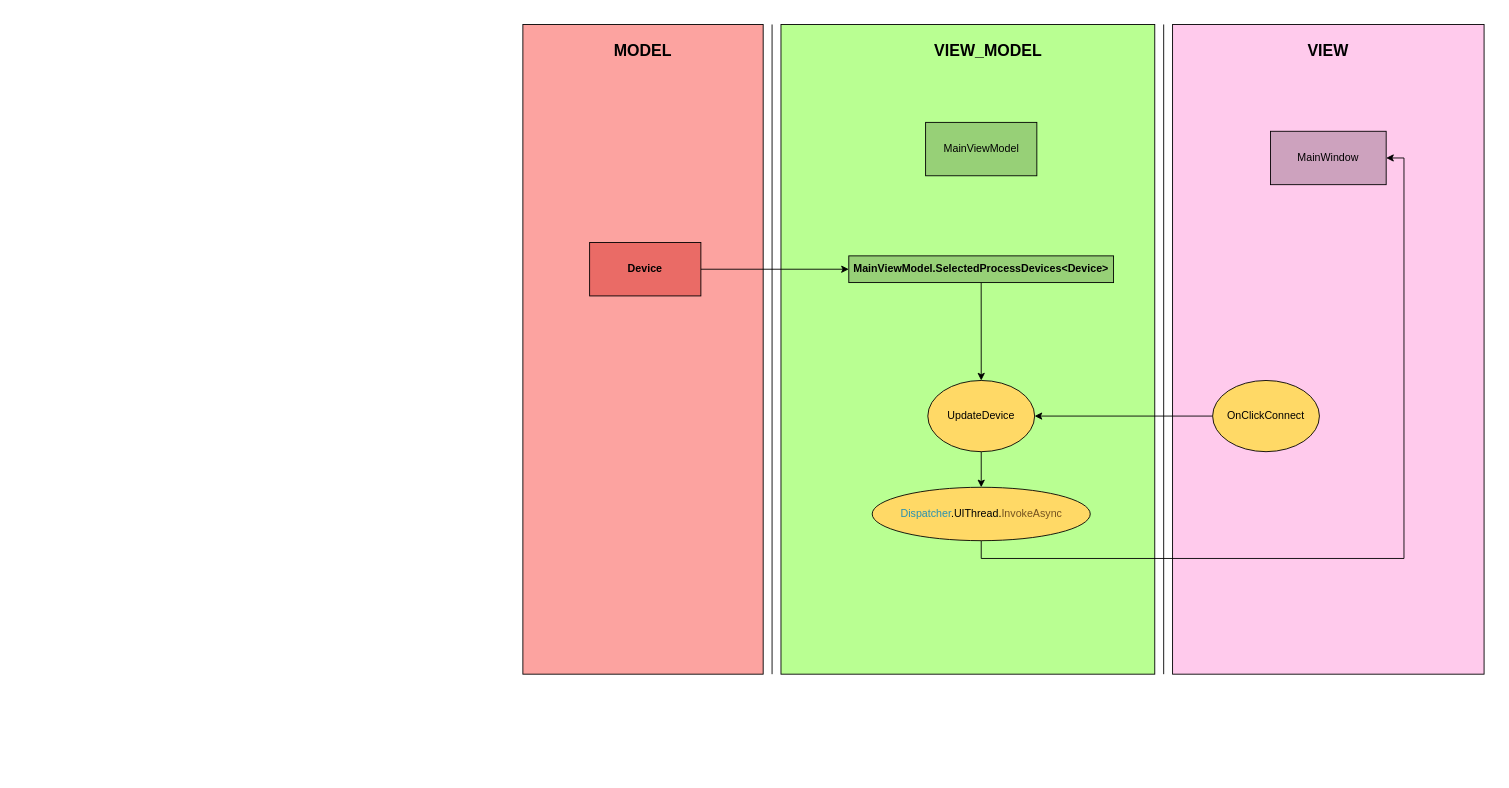
This is page "Logic MindMap" (8 of 8) of MyICSv2.1-LOGIC-GeneralSchema.drawio from reccejack/MyICS_2.1_Working, a draw.io file, before an edit. Source tidied: cells renumbered, new cells numbered last; positions are measured from the earlier drawing's top-left corner, leaving out a move shared by most shapes. Both pictures are drawn from the tidied source at 89%, with x=0, y=0 at pixel (487, 24).
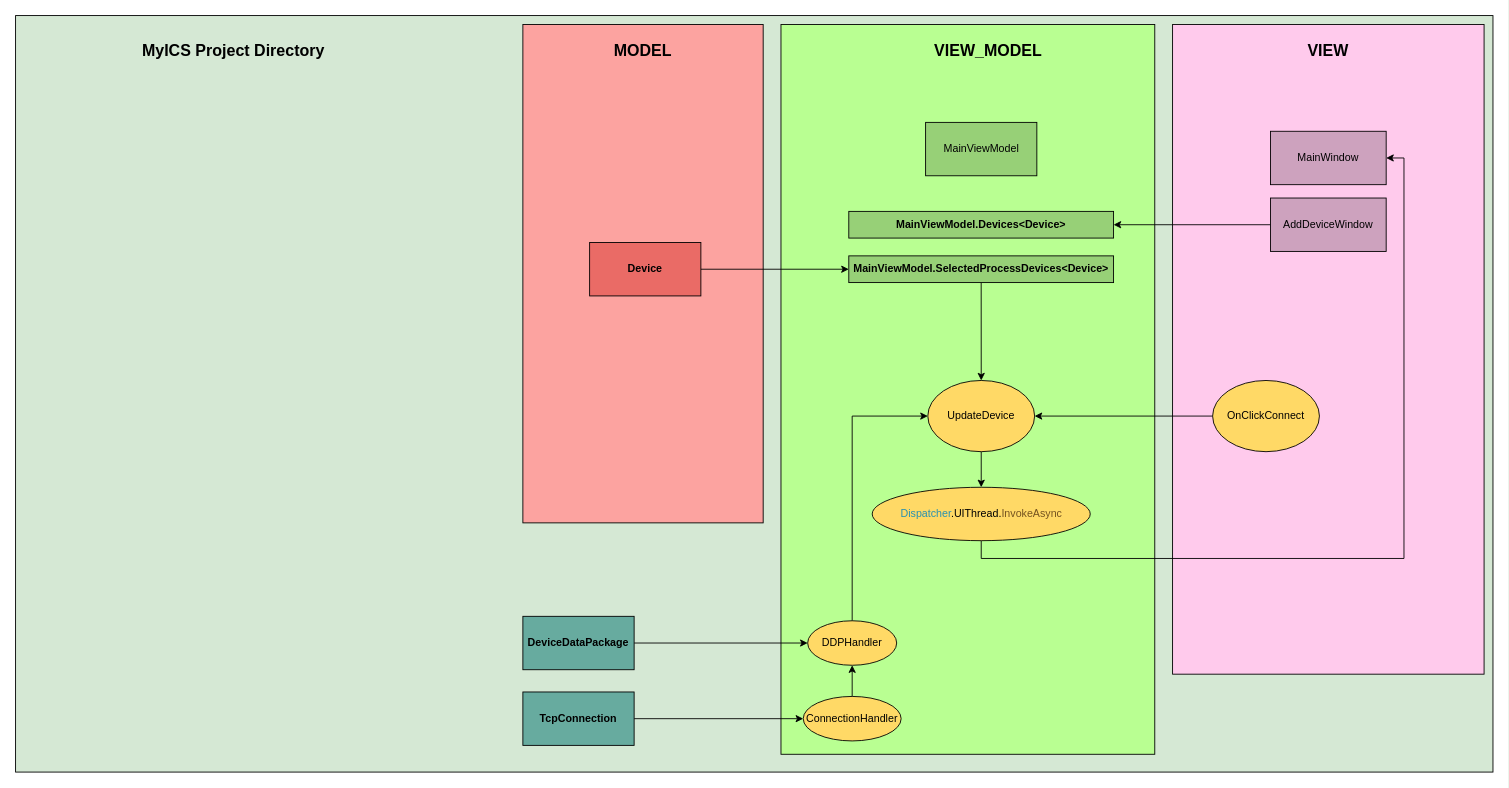
The same diagram, later.

Commit message (it also covers changes not shown here):
Working on ConnectionHandler, DeviceDataPackage, and DeviceDataPackageHandler functionality.

Unchanged cells that the change refers to:
```xml
<mxCell id="11" value="UpdateDevice" style="ellipse;whiteSpace=wrap;html=1;fillColor=#FFD966;" parent="1" vertex="1">
  <mxGeometry x="495" y="400" width="120" height="80" as="geometry" />
</mxCell>
```

Diff of the diagram source:
```diff
@@
+    <mxCell id="23" style="rounded=0;whiteSpace=wrap;html=1;fillColor=#D5E8D4;" parent="1" vertex="1">
+      <mxGeometry x="-530" y="-10" width="1660" height="850" as="geometry" />
+    </mxCell>
     <mxCell id="2" style="rounded=0;whiteSpace=wrap;html=1;fillColor=#FCA3A0;" parent="1" vertex="1">
-      <mxGeometry x="40" width="270" height="730" as="geometry" />
+      <mxGeometry x="40" width="270" height="560" as="geometry" />
     </mxCell>
     <mxCell id="3" style="rounded=0;whiteSpace=wrap;html=1;fillColor=#B9FF92;" parent="1" vertex="1">
-      <mxGeometry x="330" width="420" height="730" as="geometry" />
+      <mxGeometry x="330" width="420" height="820" as="geometry" />
     </mxCell>
@@
-    <mxCell id="16" style="endArrow=none;html=1;" parent="1" edge="1">
-      <mxGeometry relative="1" as="geometry">
-        <mxPoint x="760" y="730" as="sourcePoint" />
-        <mxPoint x="760" as="targetPoint" />
-      </mxGeometry>
-    </mxCell>
-    <mxCell id="17" style="endArrow=none;html=1;" parent="1" edge="1">
-      <mxGeometry relative="1" as="geometry">
-        <mxPoint x="320" y="730" as="sourcePoint" />
-        <mxPoint x="320" as="targetPoint" />
-      </mxGeometry>
-    </mxCell>
@@
+    <mxCell id="24" value="&lt;b&gt;&lt;font style=&quot;font-size: 18px&quot;&gt;MyICS Project Directory&lt;/font&gt;&lt;/b&gt;" style="text;html=1;strokeColor=none;fillColor=none;align=center;verticalAlign=middle;whiteSpace=wrap;rounded=0;" parent="1" vertex="1">
+      <mxGeometry x="-400" y="10" width="230" height="40" as="geometry" />
+    </mxCell>
+    <mxCell id="25" style="edgeStyle=orthogonalEdgeStyle;rounded=0;jettySize=auto;html=1;exitX=1;exitY=0.5;exitDx=0;exitDy=0;entryX=0;entryY=0.5;entryDx=0;entryDy=0;" parent="1" edge="1" source="26" target="32">
+      <mxGeometry relative="1" as="geometry" />
+    </mxCell>
+    <mxCell id="26" value="&lt;b&gt;TcpConnection&lt;/b&gt;" style="rounded=0;whiteSpace=wrap;html=1;fillColor=#67AB9F;" parent="1" vertex="1">
+      <mxGeometry x="40" y="750" width="125" height="60" as="geometry" />
+    </mxCell>
+    <mxCell id="27" style="edgeStyle=orthogonalEdgeStyle;rounded=0;jettySize=auto;html=1;exitX=1;exitY=0.5;exitDx=0;exitDy=0;" parent="1" edge="1" source="28" target="30">
+      <mxGeometry relative="1" as="geometry" />
+    </mxCell>
+    <mxCell id="28" value="&lt;b&gt;DeviceDataPackage&lt;/b&gt;" style="rounded=0;whiteSpace=wrap;html=1;fillColor=#67AB9F;" parent="1" vertex="1">
+      <mxGeometry x="40" y="665" width="125" height="60" as="geometry" />
+    </mxCell>
+    <mxCell id="29" style="edgeStyle=orthogonalEdgeStyle;rounded=0;jettySize=auto;html=1;exitX=0.5;exitY=0;exitDx=0;exitDy=0;entryX=0;entryY=0.5;entryDx=0;entryDy=0;" parent="1" edge="1" source="30" target="11">
+      <mxGeometry relative="1" as="geometry" />
+    </mxCell>
+    <mxCell id="30" value="DDPHandler" style="ellipse;whiteSpace=wrap;html=1;fillColor=#FFD966;" parent="1" vertex="1">
+      <mxGeometry x="360" y="670" width="100" height="50" as="geometry" />
+    </mxCell>
+    <mxCell id="31" style="edgeStyle=orthogonalEdgeStyle;rounded=0;jettySize=auto;html=1;exitX=0.5;exitY=0;exitDx=0;exitDy=0;entryX=0.5;entryY=1;entryDx=0;entryDy=0;" parent="1" edge="1" source="32" target="30">
+      <mxGeometry relative="1" as="geometry" />
+    </mxCell>
+    <mxCell id="32" value="ConnectionHandler" style="ellipse;whiteSpace=wrap;html=1;fillColor=#FFD966;" parent="1" vertex="1">
+      <mxGeometry x="355" y="755" width="110" height="50" as="geometry" />
+    </mxCell>
+    <mxCell id="33" style="edgeStyle=orthogonalEdgeStyle;rounded=0;jettySize=auto;html=1;exitX=0;exitY=0.5;exitDx=0;exitDy=0;entryX=1;entryY=0.5;entryDx=0;entryDy=0;" parent="1" edge="1" source="34" target="35">
+      <mxGeometry relative="1" as="geometry" />
+    </mxCell>
+    <mxCell id="34" value="AddDeviceWindow" style="rounded=0;whiteSpace=wrap;html=1;fillColor=#CDA2BE;" parent="1" vertex="1">
+      <mxGeometry x="880" y="195" width="130" height="60" as="geometry" />
+    </mxCell>
+    <mxCell id="35" value="&lt;b&gt;MainViewModel.Devices&amp;lt;Device&amp;gt;&lt;/b&gt;" style="rounded=0;whiteSpace=wrap;html=1;fillColor=#97D077;" parent="1" vertex="1">
+      <mxGeometry x="406.2" y="210" width="297.5" height="30" as="geometry" />
+    </mxCell>
```
